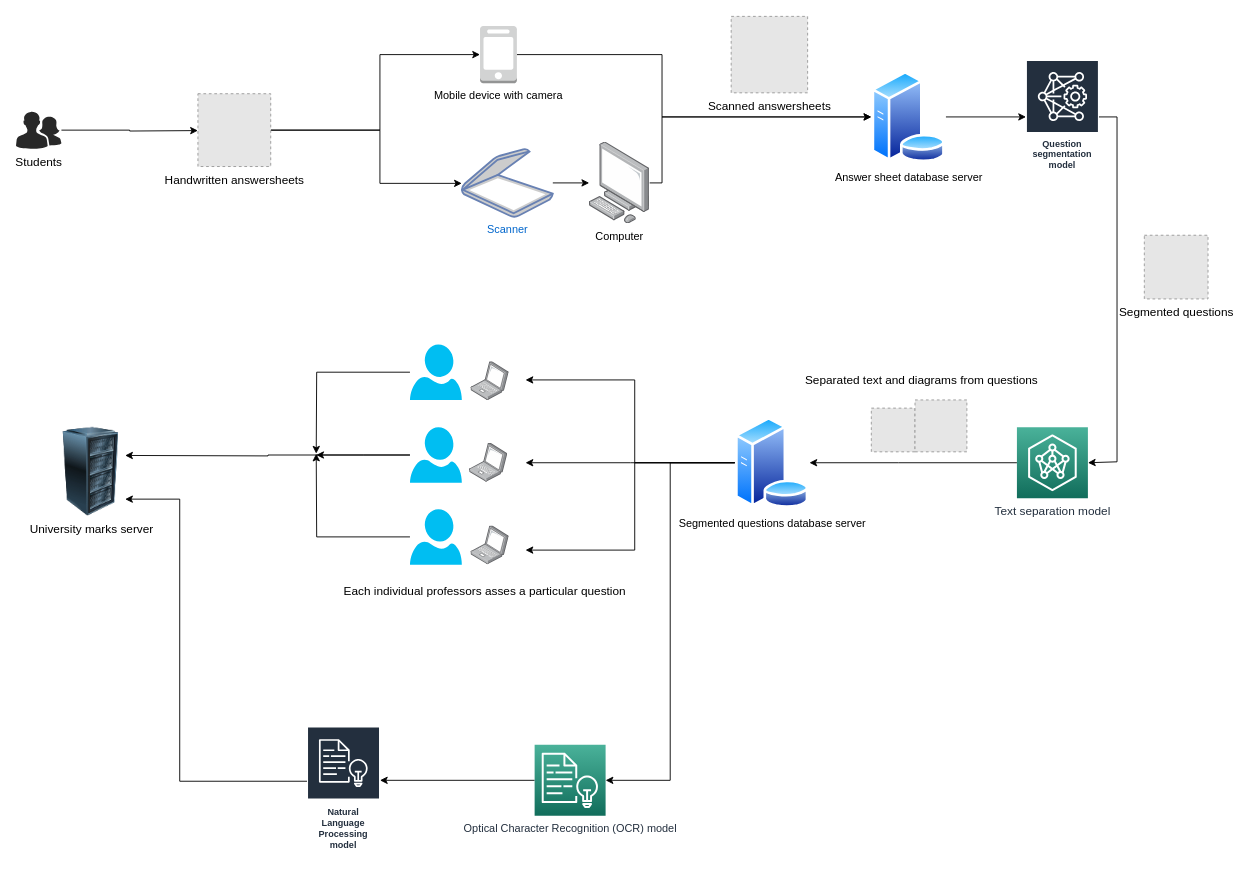
This is hardware_diagram.drawio from AdityaKane2001/answersheet_automation, a draw.io file, before an edit. Source tidied: cells renumbered, new cells numbered last; positions are measured from the earlier drawing's top-left corner, leaving out a move shared by most shapes. Both pictures are drawn from the tidied source at 91%, with x=0, y=0 at pixel (15, 16). Pictures stored in the file or linked from it are replaced by grey dashed boxes.
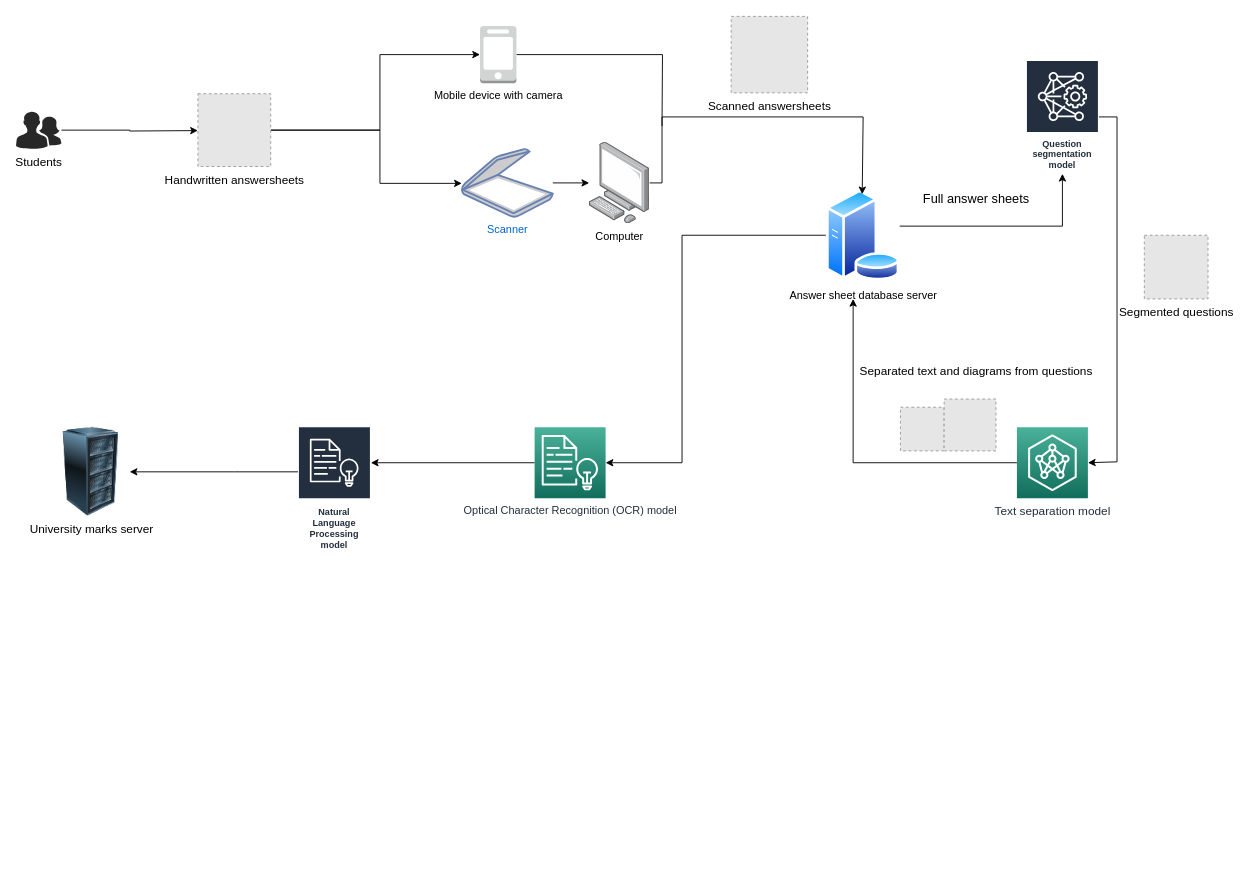
Above is the later version.

Unchanged cells that the change refers to:
```xml
<mxCell id="9" value="Computer&lt;br&gt;" style="points=[];html=1;align=center;shadow=0;dashed=0;image;image=img/lib/allied_telesis/computer_and_terminals/Personal_Computer.svg;" parent="1" vertex="1">
  <mxGeometry x="630" y="137.5" width="66.4" height="90" as="geometry" />
</mxCell>
<mxCell id="11" value="Question segmentation model" style="sketch=0;outlineConnect=0;fontColor=#232F3E;gradientColor=none;strokeColor=#ffffff;fillColor=#232F3E;dashed=0;verticalLabelPosition=middle;verticalAlign=bottom;align=center;html=1;whiteSpace=wrap;fontSize=10;fontStyle=1;spacing=3;shape=mxgraph.aws4.productIcon;prIcon=mxgraph.aws4.deep_learning_amis;" parent="1" vertex="1">
  <mxGeometry x="1110" y="47.5" width="80" height="125" as="geometry" />
</mxCell>
<mxCell id="13" value="&lt;font style=&quot;font-size: 13px&quot;&gt;Text separation model&lt;/font&gt;" style="sketch=0;points=[[0,0,0],[0.25,0,0],[0.5,0,0],[0.75,0,0],[1,0,0],[0,1,0],[0.25,1,0],[0.5,1,0],[0.75,1,0],[1,1,0],[0,0.25,0],[0,0.5,0],[0,0.75,0],[1,0.25,0],[1,0.5,0],[1,0.75,0]];outlineConnect=0;fontColor=#232F3E;gradientColor=#4AB29A;gradientDirection=north;fillColor=#116D5B;strokeColor=#ffffff;dashed=0;verticalLabelPosition=bottom;verticalAlign=top;align=center;html=1;fontSize=12;fontStyle=0;shape=mxgraph.aws4.resourceIcon;resIcon=mxgraph.aws4.neuron_ml_sdk;" parent="1" vertex="1">
  <mxGeometry x="1100" y="451" width="78" height="78" as="geometry" />
</mxCell>
<mxCell id="39" value="University marks server" style="image;html=1;image=img/lib/clip_art/computers/Server_Rack_128x128.png;fontSize=13;" parent="1" vertex="1">
  <mxGeometry x="40" y="451" width="85" height="98" as="geometry" />
</mxCell>
```

Diff of the diagram source:
```diff
@@
-    <mxCell id="2" style="edgeStyle=orthogonalEdgeStyle;rounded=0;jettySize=auto;html=1;entryX=0;entryY=0.5;entryDx=0;entryDy=0;" parent="1" edge="1" source="3" target="7">
-      <mxGeometry relative="1" as="geometry">
-        <Array as="points">
-          <mxPoint x="710" y="42" />
-          <mxPoint x="710" y="110" />
-        </Array>
-      </mxGeometry>
-    </mxCell>
+    <mxCell id="45" style="edgeStyle=orthogonalEdgeStyle;rounded=0;jettySize=auto;html=1;strokeWidth=1;endArrow=none;endFill=0;" parent="1" edge="1" source="3">
+      <mxGeometry relative="1" as="geometry">
+        <mxPoint x="710" y="120" as="targetPoint" />
+      </mxGeometry>
+    </mxCell>
     <mxCell id="3" value="Mobile device with camera" style="outlineConnect=0;dashed=0;verticalLabelPosition=bottom;verticalAlign=top;align=center;html=1;shape=mxgraph.aws3.mobile_client;fillColor=#D2D3D3;gradientColor=none;" parent="1" vertex="1">
-      <mxGeometry x="510" y="10" width="40.5" height="63" as="geometry" />
+      <mxGeometry x="510" y="10" width="40" height="63" as="geometry" />
     </mxCell>
@@
     <mxCell id="6" style="edgeStyle=orthogonalEdgeStyle;rounded=0;jettySize=auto;html=1;" parent="1" edge="1" source="7" target="11">
-      <mxGeometry relative="1" as="geometry" />
+      <mxGeometry relative="1" as="geometry">
+        <Array as="points">
+          <mxPoint x="1150" y="230" />
+        </Array>
+      </mxGeometry>
     </mxCell>
     <mxCell id="7" value="Answer sheet database server" style="perimeter=ellipsePerimeter;html=1;align=center;shadow=0;dashed=0;spacingTop=3;image;image=img/lib/active_directory/database_server.svg;" parent="1" vertex="1">
-      <mxGeometry x="940" y="60" width="82" height="100" as="geometry" />
+      <mxGeometry x="890" y="190" width="82" height="100" as="geometry" />
     </mxCell>
-    <mxCell id="8" style="edgeStyle=orthogonalEdgeStyle;rounded=0;jettySize=auto;html=1;entryX=0;entryY=0.5;entryDx=0;entryDy=0;" parent="1" edge="1" source="9" target="7">
-      <mxGeometry relative="1" as="geometry">
-        <Array as="points">
-          <mxPoint x="710" y="183" />
-          <mxPoint x="710" y="110" />
-        </Array>
-      </mxGeometry>
-    </mxCell>
+    <mxCell id="46" style="edgeStyle=orthogonalEdgeStyle;rounded=0;jettySize=auto;html=1;" parent="1" edge="1" source="9">
+      <mxGeometry relative="1" as="geometry">
+        <mxPoint x="930" y="195" as="targetPoint" />
+        <Array as="points">
+          <mxPoint x="710" y="183" />
+          <mxPoint x="710" y="110" />
+          <mxPoint x="931" y="110" />
+          <mxPoint x="931" y="195" />
+        </Array>
+      </mxGeometry>
+    </mxCell>
@@
-    <mxCell id="12" style="edgeStyle=orthogonalEdgeStyle;rounded=0;jettySize=auto;html=1;exitX=0;exitY=0.5;exitDx=0;exitDy=0;exitPerimeter=0;fontSize=13;entryX=1;entryY=0.5;entryDx=0;entryDy=0;" parent="1" edge="1" source="13" target="23">
+    <mxCell id="12" style="edgeStyle=orthogonalEdgeStyle;rounded=0;jettySize=auto;html=1;exitX=0;exitY=0.5;exitDx=0;exitDy=0;exitPerimeter=0;fontSize=13;" parent="1" edge="1" source="13">
       <mxGeometry relative="1" as="geometry">
+        <mxPoint x="920" y="310" as="targetPoint" />
         <Array as="points">
-          <mxPoint x="970" y="490" />
-          <mxPoint x="970" y="490" />
+          <mxPoint x="920" y="490" />
+          <mxPoint x="920" y="310" />
         </Array>
       </mxGeometry>
     </mxCell>
@@
-    <mxCell id="19" style="edgeStyle=orthogonalEdgeStyle;rounded=0;jettySize=auto;html=1;fontSize=13;" parent="1" edge="1" source="23">
-      <mxGeometry relative="1" as="geometry">
-        <mxPoint x="560" y="490" as="targetPoint" />
-      </mxGeometry>
-    </mxCell>
-    <mxCell id="20" style="edgeStyle=orthogonalEdgeStyle;rounded=0;jettySize=auto;html=1;fontSize=13;" parent="1" edge="1" source="23">
-      <mxGeometry relative="1" as="geometry">
-        <mxPoint x="560" y="586" as="targetPoint" />
-        <Array as="points">
-          <mxPoint x="680" y="490" />
-          <mxPoint x="680" y="586" />
-        </Array>
-      </mxGeometry>
-    </mxCell>
-    <mxCell id="21" style="edgeStyle=orthogonalEdgeStyle;rounded=0;jettySize=auto;html=1;fontSize=13;" parent="1" edge="1" source="23">
-      <mxGeometry relative="1" as="geometry">
-        <mxPoint x="560" y="399" as="targetPoint" />
-        <Array as="points">
-          <mxPoint x="680" y="490" />
-          <mxPoint x="680" y="399" />
-        </Array>
-      </mxGeometry>
-    </mxCell>
-    <mxCell id="22" style="edgeStyle=orthogonalEdgeStyle;rounded=0;jettySize=auto;html=1;fontSize=13;entryX=1;entryY=0.5;entryDx=0;entryDy=0;entryPerimeter=0;" parent="1" edge="1" source="23" target="36">
-      <mxGeometry relative="1" as="geometry" />
+    <mxCell id="22" style="edgeStyle=orthogonalEdgeStyle;rounded=0;jettySize=auto;html=1;fontSize=13;entryX=1;entryY=0.5;entryDx=0;entryDy=0;entryPerimeter=0;exitX=0;exitY=0.5;exitDx=0;exitDy=0;" parent="1" edge="1" source="7" target="36">
+      <mxGeometry relative="1" as="geometry">
+        <Array as="points">
+          <mxPoint x="732" y="240" />
+          <mxPoint x="732" y="490" />
+        </Array>
+      </mxGeometry>
     </mxCell>
-    <mxCell id="23" value="Segmented questions database server" style="perimeter=ellipsePerimeter;html=1;align=center;shadow=0;dashed=0;spacingTop=3;image;image=img/lib/active_directory/database_server.svg;" parent="1" vertex="1">
-      <mxGeometry x="790" y="440" width="82" height="100" as="geometry" />
-    </mxCell>
-    <mxCell id="24" style="edgeStyle=orthogonalEdgeStyle;rounded=0;jettySize=auto;html=1;fontSize=13;" parent="1" edge="1" source="25">
-      <mxGeometry relative="1" as="geometry">
-        <mxPoint x="330" y="480" as="targetPoint" />
-      </mxGeometry>
-    </mxCell>
-    <mxCell id="25" style="verticalLabelPosition=bottom;html=1;verticalAlign=top;align=center;strokeColor=none;fillColor=#00BEF2;shape=mxgraph.azure.user;fontSize=13;" parent="1" vertex="1">
-      <mxGeometry x="433" y="360" width="57" height="61" as="geometry" />
-    </mxCell>
-    <mxCell id="26" style="edgeStyle=orthogonalEdgeStyle;rounded=0;jettySize=auto;html=1;fontSize=13;" parent="1" edge="1" source="27">
-      <mxGeometry relative="1" as="geometry">
-        <mxPoint x="330" y="480" as="targetPoint" />
-      </mxGeometry>
-    </mxCell>
-    <mxCell id="27" style="verticalLabelPosition=bottom;html=1;verticalAlign=top;align=center;strokeColor=none;fillColor=#00BEF2;shape=mxgraph.azure.user;fontSize=13;" parent="1" vertex="1">
-      <mxGeometry x="433" y="541" width="57" height="61" as="geometry" />
-    </mxCell>
-    <mxCell id="28" style="edgeStyle=orthogonalEdgeStyle;rounded=0;jettySize=auto;html=1;fontSize=13;" parent="1" edge="1" source="30">
-      <mxGeometry relative="1" as="geometry">
-        <mxPoint x="120" y="482" as="targetPoint" />
-      </mxGeometry>
-    </mxCell>
-    <mxCell id="29" style="edgeStyle=orthogonalEdgeStyle;rounded=0;jettySize=auto;html=1;fontSize=13;" parent="1" edge="1" source="30">
-      <mxGeometry relative="1" as="geometry">
-        <mxPoint x="330" y="481.5" as="targetPoint" />
-      </mxGeometry>
-    </mxCell>
-    <mxCell id="30" style="verticalLabelPosition=bottom;html=1;verticalAlign=top;align=center;strokeColor=none;fillColor=#00BEF2;shape=mxgraph.azure.user;fontSize=13;" parent="1" vertex="1">
-      <mxGeometry x="433" y="451" width="57" height="61" as="geometry" />
-    </mxCell>
-    <mxCell id="31" style="html=1;align=center;shadow=0;dashed=0;image;image=img/lib/allied_telesis/computer_and_terminals/Laptop.svg;fontSize=13;" parent="1" vertex="1">
-      <mxGeometry x="500" y="379" width="42" height="42.6" as="geometry" />
-    </mxCell>
-    <mxCell id="32" style="html=1;align=center;shadow=0;dashed=0;image;image=img/lib/allied_telesis/computer_and_terminals/Laptop.svg;fontSize=13;" parent="1" vertex="1">
-      <mxGeometry x="498.5" y="468.7" width="42" height="42.6" as="geometry" />
-    </mxCell>
-    <mxCell id="33" style="html=1;align=center;shadow=0;dashed=0;image;image=img/lib/allied_telesis/computer_and_terminals/Laptop.svg;fontSize=13;" parent="1" vertex="1">
-      <mxGeometry x="500" y="559.4" width="42" height="42.6" as="geometry" />
-    </mxCell>
-    <mxCell id="34" value="Each individual professors asses a particular question" style="text;html=1;align=center;verticalAlign=middle;strokeColor=none;fillColor=none;fontSize=13;" parent="1" vertex="1">
-      <mxGeometry x="350" y="621" width="330" height="20" as="geometry" />
-    </mxCell>
     <mxCell id="35" style="edgeStyle=orthogonalEdgeStyle;rounded=0;jettySize=auto;html=1;fontSize=13;" parent="1" edge="1" source="36" target="38">
       <mxGeometry relative="1" as="geometry">
         <Array as="points">
-          <mxPoint x="580" y="839" />
-          <mxPoint x="580" y="839" />
+          <mxPoint x="609" y="490" />
+          <mxPoint x="360" y="490" />
         </Array>
       </mxGeometry>
     </mxCell>
     <mxCell id="36" value="&lt;div style=&quot;text-align: justify&quot;&gt;&lt;span style=&quot;line-height: 1.3&quot;&gt;Optical Character Recognition (OCR) model&lt;/span&gt;&lt;/div&gt;" style="sketch=0;points=[[0,0,0],[0.25,0,0],[0.5,0,0],[0.75,0,0],[1,0,0],[0,1,0],[0.25,1,0],[0.5,1,0],[0.75,1,0],[1,1,0],[0,0.25,0],[0,0.5,0],[0,0.75,0],[1,0.25,0],[1,0.5,0],[1,0.75,0]];outlineConnect=0;fontColor=#232F3E;gradientColor=#4AB29A;gradientDirection=north;fillColor=#116D5B;strokeColor=#ffffff;dashed=0;verticalLabelPosition=bottom;verticalAlign=top;align=center;html=1;fontSize=12;fontStyle=0;shape=mxgraph.aws4.resourceIcon;resIcon=mxgraph.aws4.comprehend;" parent="1" vertex="1">
-      <mxGeometry x="570" y="800" width="78" height="78" as="geometry" />
+      <mxGeometry x="570" y="451" width="78" height="78" as="geometry" />
     </mxCell>
-    <mxCell id="37" style="edgeStyle=orthogonalEdgeStyle;rounded=0;jettySize=auto;html=1;fontSize=13;" parent="1" edge="1" source="38">
-      <mxGeometry relative="1" as="geometry">
-        <mxPoint x="120" y="530" as="targetPoint" />
-        <Array as="points">
-          <mxPoint x="180" y="840" />
-        </Array>
-      </mxGeometry>
-    </mxCell>
+    <mxCell id="47" style="edgeStyle=orthogonalEdgeStyle;rounded=0;jettySize=auto;html=1;" parent="1" edge="1" source="38" target="39">
+      <mxGeometry relative="1" as="geometry">
+        <Array as="points">
+          <mxPoint x="240" y="500" />
+          <mxPoint x="240" y="500" />
+        </Array>
+      </mxGeometry>
+    </mxCell>
     <mxCell id="38" value="Natural Language Processing model" style="sketch=0;outlineConnect=0;fontColor=#232F3E;gradientColor=none;strokeColor=#ffffff;fillColor=#232F3E;dashed=0;verticalLabelPosition=middle;verticalAlign=bottom;align=center;html=1;whiteSpace=wrap;fontSize=10;fontStyle=1;spacing=3;shape=mxgraph.aws4.productIcon;prIcon=mxgraph.aws4.comprehend;" parent="1" vertex="1">
-      <mxGeometry x="320" y="780" width="80" height="140" as="geometry" />
+      <mxGeometry x="310" y="450" width="80" height="140" as="geometry" />
     </mxCell>
@@
     <mxCell id="42" style="fillColor=#E6E6E6;strokeColor=#999999;dashed=1;html=1;verticalAlign=top;verticalLabelPosition=bottom;labelBackgroundColor=#ffffff;fontSize=13;" parent="1" vertex="1">
-      <mxGeometry x="940" y="430" width="48" height="48" as="geometry" />
+      <mxGeometry x="972" y="429" width="48" height="48" as="geometry" />
     </mxCell>
     <mxCell id="43" style="fillColor=#E6E6E6;strokeColor=#999999;dashed=1;html=1;verticalAlign=top;verticalLabelPosition=bottom;labelBackgroundColor=#ffffff;fontSize=13;" parent="1" vertex="1">
-      <mxGeometry x="988" y="421" width="57" height="57" as="geometry" />
+      <mxGeometry x="1020" y="420" width="57" height="57" as="geometry" />
     </mxCell>
     <mxCell id="44" value="Separated text and diagrams from questions" style="text;html=1;align=center;verticalAlign=bottom;strokeColor=none;fillColor=none;fontSize=13;" parent="1" vertex="1">
-      <mxGeometry x="860" y="390.3" width="270" height="20" as="geometry" />
+      <mxGeometry x="920" y="380" width="270" height="20" as="geometry" />
     </mxCell>
+    <mxCell id="48" value="Full answer sheets" style="text;html=1;align=center;verticalAlign=middle;strokeColor=none;fillColor=none;fontSize=14;" parent="1" vertex="1">
+      <mxGeometry x="990" y="190" width="130" height="20" as="geometry" />
+    </mxCell>
```
